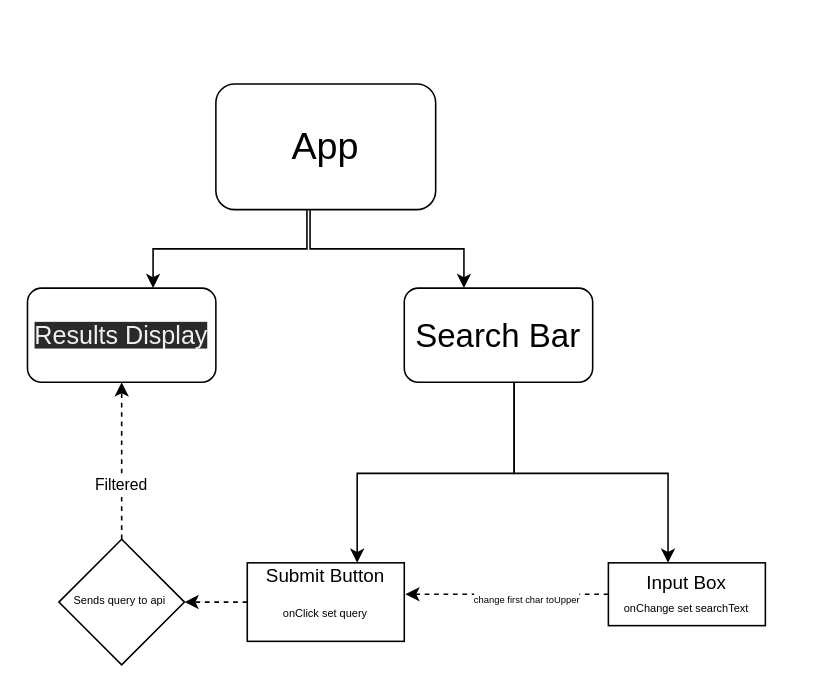
SchoolOfCode/w12d5_typescript-react-hackathon-afam-and-glyn keeps this draw.io diagram as page "Page-1" (2 of 2) of component-tree.drawio. Above is the earlier version. Source tidied: cells renumbered, new cells numbered last; positions are measured from the earlier drawing's top-left corner, leaving out a move shared by most shapes. Both pictures are drawn from the tidied source at 157%, with x=0, y=0 at pixel (27, 83).
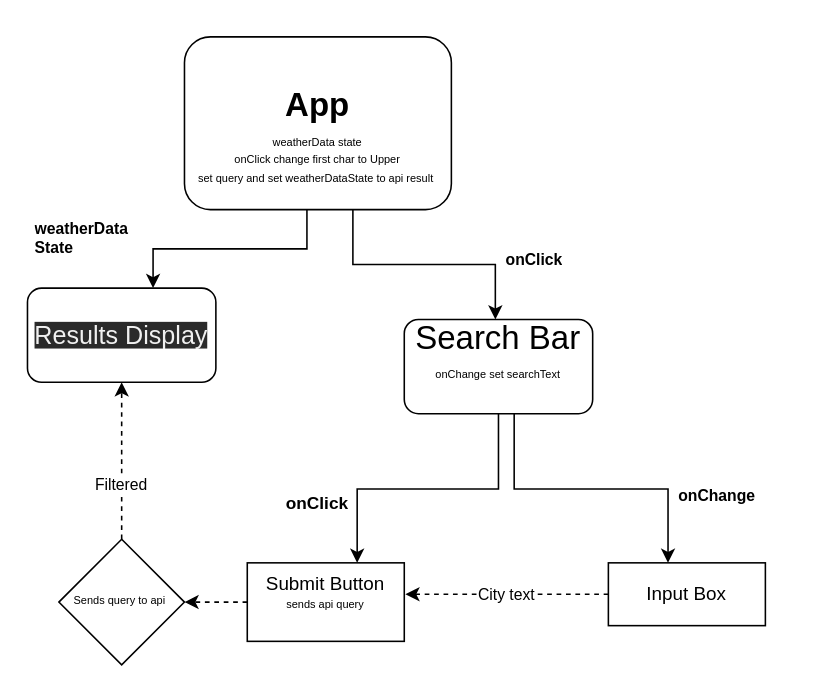
The same page after the edit.

Commit message:
made some changes to component diagram

Diff of the diagram source:
```diff
@@
-    <mxCell id="2" value="&lt;font style=&quot;font-size: 24px&quot;&gt;App&lt;/font&gt;" style="rounded=1;whiteSpace=wrap;html=1;fontSize=6;" parent="1" vertex="1">
-      <mxGeometry x="120" width="140" height="80" as="geometry" />
+    <mxCell id="2" value="&lt;h1&gt;&lt;font style=&quot;font-size: 17px&quot;&gt;&lt;br&gt;&lt;/font&gt;&lt;/h1&gt;&lt;h1&gt;&lt;font style=&quot;font-size: 21px&quot;&gt;App&lt;/font&gt;&lt;/h1&gt;&lt;div&gt;&lt;span style=&quot;font-size: 7px&quot;&gt;weatherData state&lt;/span&gt;&lt;br&gt;&lt;/div&gt;&lt;div style=&quot;font-size: 10px&quot;&gt;&lt;font style=&quot;font-size: 10px&quot;&gt;&lt;span style=&quot;font-size: 7px&quot;&gt;onClick change first char to Upper&lt;/span&gt;&lt;br style=&quot;font-size: 7px&quot;&gt;&lt;span style=&quot;font-size: 7px&quot;&gt;set query and set weatherDataState to api result&amp;nbsp;&lt;/span&gt;&lt;br&gt;&lt;/font&gt;&lt;/div&gt;&lt;font style=&quot;font-size: 17px&quot;&gt;&lt;br&gt;&lt;/font&gt;" style="rounded=1;whiteSpace=wrap;html=1;fontSize=6;" parent="1" vertex="1">
+      <mxGeometry x="100" y="-30" width="170" height="110" as="geometry" />
     </mxCell>
@@
-    <mxCell id="4" value="&lt;font style=&quot;font-size: 21px&quot;&gt;Search Bar&lt;/font&gt;" style="whiteSpace=wrap;html=1;fontSize=6;rounded=1;" parent="1" vertex="1">
-      <mxGeometry x="240" y="130" width="120" height="60" as="geometry" />
+    <mxCell id="4" value="&lt;font style=&quot;font-size: 21px ; line-height: 0&quot;&gt;Search Bar&lt;br&gt;&lt;span style=&quot;font-size: 7px ; line-height: 0.2&quot;&gt;&lt;br&gt;onChange set searchText&lt;br&gt;&lt;/span&gt;&lt;br&gt;&lt;/font&gt;" style="whiteSpace=wrap;html=1;fontSize=6;rounded=1;" parent="1" vertex="1">
+      <mxGeometry x="240" y="150" width="120" height="60" as="geometry" />
     </mxCell>
@@
-    <mxCell id="6" style="edgeStyle=elbowEdgeStyle;elbow=vertical;html=1;rounded=0;" parent="1" edge="1">
+    <mxCell id="6" style="edgeStyle=elbowEdgeStyle;elbow=vertical;html=1;rounded=0;exitX=0.631;exitY=1.001;exitDx=0;exitDy=0;exitPerimeter=0;" parent="1" edge="1" source="2">
       <mxGeometry relative="1" as="geometry">
-        <mxPoint x="180" y="80" as="sourcePoint" />
-        <mxPoint x="278" y="130" as="targetPoint" />
+        <mxPoint x="298" y="150" as="targetPoint" />
       </mxGeometry>
     </mxCell>
     <mxCell id="7" style="edgeStyle=elbowEdgeStyle;elbow=vertical;html=1;rounded=0;" parent="1" edge="1">
       <mxGeometry relative="1" as="geometry">
-        <mxPoint x="310" y="190" as="sourcePoint" />
+        <mxPoint x="310" y="210" as="sourcePoint" />
         <mxPoint x="408" y="305" as="targetPoint" />
       </mxGeometry>
     </mxCell>
-    <mxCell id="8" style="edgeStyle=elbowEdgeStyle;elbow=vertical;html=1;rounded=0;" parent="1" edge="1">
+    <mxCell id="8" style="edgeStyle=elbowEdgeStyle;elbow=vertical;html=1;rounded=0;exitX=0.5;exitY=1;exitDx=0;exitDy=0;" parent="1" edge="1" source="4">
       <mxGeometry relative="1" as="geometry">
-        <mxPoint x="310" y="190" as="sourcePoint" />
         <mxPoint x="210" y="305" as="targetPoint" />
       </mxGeometry>
     </mxCell>
@@
-    <mxCell id="10" value="&lt;p style=&quot;line-height: 0.9&quot;&gt;Submit Button&lt;br&gt;&lt;br&gt;&lt;font style=&quot;font-size: 7px&quot;&gt;onClick set query&lt;br&gt;&lt;br&gt;&lt;/font&gt;&lt;/p&gt;" style="whiteSpace=wrap;html=1;" parent="1" vertex="1">
+    <mxCell id="10" value="&lt;p style=&quot;line-height: 0.9&quot;&gt;Submit Button&lt;br&gt;&lt;font style=&quot;font-size: 7px&quot;&gt;sends api query&lt;br&gt;&lt;br&gt;&lt;/font&gt;&lt;/p&gt;" style="whiteSpace=wrap;html=1;" parent="1" vertex="1">
       <mxGeometry x="140" y="305" width="100" height="50" as="geometry" />
     </mxCell>
-    <mxCell id="11" style="edgeStyle=none;html=1;exitX=0;exitY=0.5;exitDx=0;exitDy=0;entryX=1.007;entryY=0.4;entryDx=0;entryDy=0;entryPerimeter=0;fontSize=10;dashed=1;" parent="1" edge="1" source="13" target="10">
+    <mxCell id="11" value="City text" style="edgeStyle=none;html=1;exitX=0;exitY=0.5;exitDx=0;exitDy=0;entryX=1.007;entryY=0.4;entryDx=0;entryDy=0;entryPerimeter=0;fontSize=10;dashed=1;" parent="1" edge="1" source="13" target="10">
       <mxGeometry relative="1" as="geometry" />
     </mxCell>
-    <mxCell id="12" value="&lt;span style=&quot;font-size: 6px&quot;&gt;change first char toUpper&lt;/span&gt;" style="edgeLabel;html=1;align=center;verticalAlign=middle;fontSize=10;" parent="11" vertex="1">
-      <mxGeometry x="-0.18" y="1" relative="1" as="geometry" />
-    </mxCell>
-    <mxCell id="13" value="Input Box&lt;br&gt;&lt;font style=&quot;font-size: 7px&quot;&gt;onChange set searchText&lt;/font&gt;" style="whiteSpace=wrap;html=1;" parent="1" vertex="1">
+    <mxCell id="13" value="Input Box&lt;br&gt;" style="whiteSpace=wrap;html=1;" parent="1" vertex="1">
       <mxGeometry x="370" y="305" width="100" height="40" as="geometry" />
     </mxCell>
@@
+    <mxCell id="17" value="&lt;h1 style=&quot;font-size: 10px;&quot;&gt;onChange&lt;/h1&gt;" style="text;html=1;strokeColor=none;fillColor=none;spacing=5;spacingTop=-20;whiteSpace=wrap;overflow=hidden;rounded=0;fontFamily=Helvetica;fontSize=10;fontColor=default;" parent="1" vertex="1">
+      <mxGeometry x="410" y="260" width="90" height="20" as="geometry" />
+    </mxCell>
+    <mxCell id="18" value="&lt;h3 style=&quot;font-size: 11px;&quot;&gt;onClick&lt;/h3&gt;" style="text;html=1;strokeColor=none;fillColor=none;spacing=5;spacingTop=-20;whiteSpace=wrap;overflow=hidden;rounded=0;fontFamily=Helvetica;fontSize=11;fontColor=default;" parent="1" vertex="1">
+      <mxGeometry x="160" y="260" width="90" height="20" as="geometry" />
+    </mxCell>
+    <mxCell id="19" value="&lt;h1 style=&quot;font-size: 10px&quot;&gt;onClick&lt;/h1&gt;" style="text;html=1;strokeColor=none;fillColor=none;spacing=5;spacingTop=-20;whiteSpace=wrap;overflow=hidden;rounded=0;fontFamily=Helvetica;fontSize=10;fontColor=default;" parent="1" vertex="1">
+      <mxGeometry x="300" y="110" width="90" height="20" as="geometry" />
+    </mxCell>
+    <mxCell id="20" value="&lt;h1 style=&quot;font-size: 10px&quot;&gt;weatherData State&lt;/h1&gt;" style="text;html=1;strokeColor=none;fillColor=none;spacing=5;spacingTop=-20;whiteSpace=wrap;overflow=hidden;rounded=0;fontFamily=Helvetica;fontSize=10;fontColor=default;" parent="1" vertex="1">
+      <mxGeometry y="90" width="90" height="20" as="geometry" />
+    </mxCell>
```
